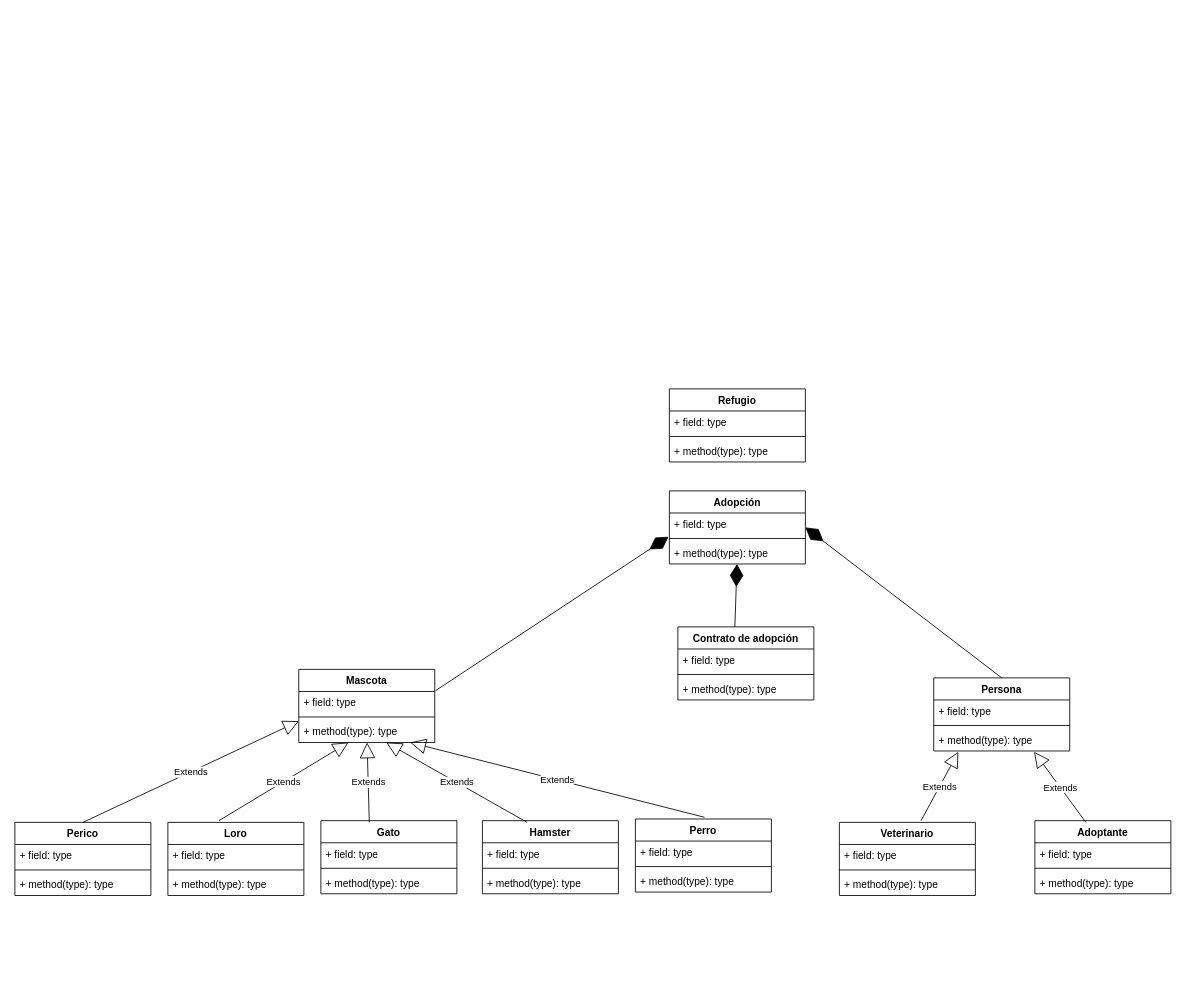
The draw.io diagram Untitled Diagram.drawio in percydev11/curso-poo, before the edit. Source tidied: cells renumbered, new cells numbered last; positions are measured from the earlier drawing's top-left corner, leaving out a move shared by most shapes. Both pictures are drawn from the tidied source at 85%, with x=0, y=0 at pixel (14, 388).
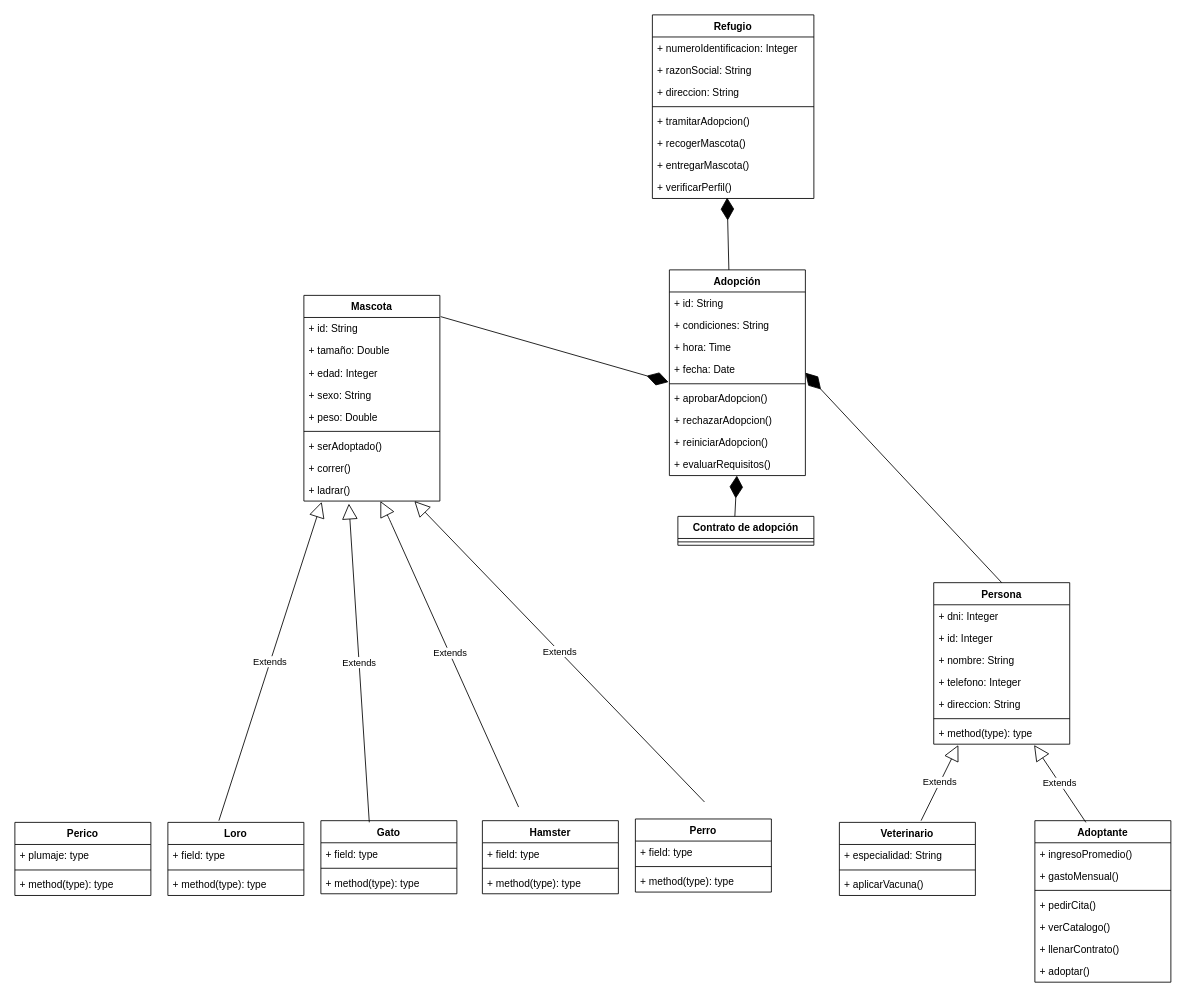
Above is the later version.

The change refers to these unchanged cells:
```xml
<mxCell id="6" value="Perico" style="swimlane;fontStyle=1;align=center;verticalAlign=top;horizontal=1;startSize=26;" parent="1" vertex="1">
  <mxGeometry y="510" width="160" height="86" as="geometry" />
</mxCell>
<mxCell id="14" value="Gato" style="swimlane;fontStyle=1;align=center;verticalAlign=top;horizontal=1;startSize=26;" parent="1" vertex="1">
  <mxGeometry x="360" y="508" width="160" height="86" as="geometry" />
</mxCell>
<mxCell id="35" value="Veterinario" style="swimlane;fontStyle=1;align=center;verticalAlign=top;horizontal=1;startSize=26;" parent="1" vertex="1">
  <mxGeometry x="970" y="510" width="160" height="86" as="geometry" />
</mxCell>
```

What changed in the source:
```diff
@@
     <mxCell id="2" value="Mascota" style="swimlane;fontStyle=1;align=center;verticalAlign=top;horizontal=1;startSize=26;" parent="1" vertex="1">
-      <mxGeometry x="334" y="330" width="160" height="86" as="geometry" />
+      <mxGeometry x="340" y="-110" width="160" height="242" as="geometry" />
     </mxCell>
-    <mxCell id="3" value="+ field: type" style="text;strokeColor=none;fillColor=none;align=left;verticalAlign=top;spacingLeft=4;spacingRight=4;overflow=hidden;points=[[0,0.5],[1,0.5]];portConstraint=eastwest;" parent="2" vertex="1">
+    <mxCell id="3" value="+ id: String" style="text;strokeColor=none;fillColor=none;align=left;verticalAlign=top;spacingLeft=4;spacingRight=4;overflow=hidden;points=[[0,0.5],[1,0.5]];portConstraint=eastwest;" parent="2" vertex="1">
       <mxGeometry y="26" width="160" height="26" as="geometry" />
     </mxCell>
+    <mxCell id="60" value="+ tamaño: Double" style="text;strokeColor=none;fillColor=none;align=left;verticalAlign=top;spacingLeft=4;spacingRight=4;overflow=hidden;" parent="2" vertex="1">
+      <mxGeometry y="52" width="160" height="26" as="geometry" />
+    </mxCell>
+    <mxCell id="61" value="+ edad: Integer" style="text;strokeColor=none;fillColor=none;align=left;verticalAlign=top;spacingLeft=4;spacingRight=4;overflow=hidden;" parent="2" vertex="1">
+      <mxGeometry y="78" width="160" height="26" as="geometry" />
+    </mxCell>
+    <mxCell id="62" value="+ sexo: String" style="text;strokeColor=none;fillColor=none;align=left;verticalAlign=top;spacingLeft=4;spacingRight=4;overflow=hidden;" parent="2" vertex="1">
+      <mxGeometry y="104" width="160" height="26" as="geometry" />
+    </mxCell>
+    <mxCell id="63" value="+ peso: Double" style="text;strokeColor=none;fillColor=none;align=left;verticalAlign=top;spacingLeft=4;spacingRight=4;overflow=hidden;" parent="2" vertex="1">
+      <mxGeometry y="130" width="160" height="26" as="geometry" />
+    </mxCell>
     <mxCell id="4" style="line;strokeWidth=1;fillColor=none;align=left;verticalAlign=middle;spacingTop=-1;spacingLeft=3;spacingRight=3;labelPosition=right;" parent="2" vertex="1">
-      <mxGeometry y="52" width="160" height="8" as="geometry" />
+      <mxGeometry y="156" width="160" height="8" as="geometry" />
     </mxCell>
-    <mxCell id="5" value="+ method(type): type" style="text;strokeColor=none;fillColor=none;align=left;verticalAlign=top;spacingLeft=4;spacingRight=4;overflow=hidden;points=[[0,0.5],[1,0.5]];portConstraint=eastwest;" parent="2" vertex="1">
-      <mxGeometry y="60" width="160" height="26" as="geometry" />
+    <mxCell id="5" value="+ serAdoptado()" style="text;strokeColor=none;fillColor=none;align=left;verticalAlign=top;spacingLeft=4;spacingRight=4;overflow=hidden;points=[[0,0.5],[1,0.5]];portConstraint=eastwest;" parent="2" vertex="1">
+      <mxGeometry y="164" width="160" height="26" as="geometry" />
     </mxCell>
+    <mxCell id="64" value="+ correr()" style="text;strokeColor=none;fillColor=none;align=left;verticalAlign=top;spacingLeft=4;spacingRight=4;overflow=hidden;" parent="2" vertex="1">
+      <mxGeometry y="190" width="160" height="26" as="geometry" />
+    </mxCell>
+    <mxCell id="65" value="+ ladrar()" style="text;strokeColor=none;fillColor=none;align=left;verticalAlign=top;spacingLeft=4;spacingRight=4;overflow=hidden;points=[[0,0.5],[1,0.5]];portConstraint=eastwest;" parent="2" vertex="1">
+      <mxGeometry y="216" width="160" height="26" as="geometry" />
+    </mxCell>
@@
-    <mxCell id="7" value="+ field: type" style="text;strokeColor=none;fillColor=none;align=left;verticalAlign=top;spacingLeft=4;spacingRight=4;overflow=hidden;" parent="6" vertex="1">
+    <mxCell id="7" value="+ plumaje: type" style="text;strokeColor=none;fillColor=none;align=left;verticalAlign=top;spacingLeft=4;spacingRight=4;overflow=hidden;" parent="6" vertex="1">
       <mxGeometry y="26" width="160" height="26" as="geometry" />
     </mxCell>
@@
-    <mxCell id="15" value="Extends" style="endArrow=block;endSize=16;endFill=0;html=1;" parent="14" edge="1" target="5">
+    <mxCell id="15" value="Extends" style="endArrow=block;endSize=16;endFill=0;html=1;entryX=0.131;entryY=1.038;entryDx=0;entryDy=0;entryPerimeter=0;" parent="14" edge="1" target="65">
       <mxGeometry relative="1" as="geometry">
         <mxPoint x="-120" as="sourcePoint" />
       </mxGeometry>
     </mxCell>
@@
-    <mxCell id="27" value="Extends" style="endArrow=block;endSize=16;endFill=0;html=1;exitX=0.5;exitY=0;exitDx=0;exitDy=0;entryX=0;entryY=0.038;entryDx=0;entryDy=0;entryPerimeter=0;" parent="1" edge="1" source="6" target="5">
-      <mxGeometry relative="1" as="geometry" />
-    </mxCell>
-    <mxCell id="28" value="Extends" style="endArrow=block;endSize=16;endFill=0;html=1;exitX=0.356;exitY=0.023;exitDx=0;exitDy=0;exitPerimeter=0;" parent="1" edge="1" source="14" target="5">
+    <mxCell id="28" value="Extends" style="endArrow=block;endSize=16;endFill=0;html=1;exitX=0.356;exitY=0.023;exitDx=0;exitDy=0;exitPerimeter=0;entryX=0.331;entryY=1.115;entryDx=0;entryDy=0;entryPerimeter=0;" parent="1" edge="1" source="14" target="65">
       <mxGeometry relative="1" as="geometry" />
     </mxCell>
-    <mxCell id="29" value="Extends" style="endArrow=block;endSize=16;endFill=0;html=1;exitX=0.356;exitY=0.023;exitDx=0;exitDy=0;exitPerimeter=0;" parent="1" edge="1" target="5">
+    <mxCell id="29" value="Extends" style="endArrow=block;endSize=16;endFill=0;html=1;exitX=0.356;exitY=0.023;exitDx=0;exitDy=0;exitPerimeter=0;" parent="1" edge="1">
       <mxGeometry relative="1" as="geometry">
-        <mxPoint x="602.6" y="510" as="sourcePoint" />
+        <mxPoint x="592.6" y="492" as="sourcePoint" />
+        <mxPoint x="430" y="132" as="targetPoint" />
+        <Array as="points">
+          <mxPoint x="440" y="152" />
+        </Array>
       </mxGeometry>
     </mxCell>
-    <mxCell id="30" value="Extends" style="endArrow=block;endSize=16;endFill=0;html=1;exitX=0.356;exitY=0.023;exitDx=0;exitDy=0;exitPerimeter=0;" parent="1" edge="1" target="5">
+    <mxCell id="30" value="Extends" style="endArrow=block;endSize=16;endFill=0;html=1;exitX=0.356;exitY=0.023;exitDx=0;exitDy=0;exitPerimeter=0;" parent="1" edge="1">
       <mxGeometry relative="1" as="geometry">
-        <mxPoint x="811.3" y="504" as="sourcePoint" />
+        <mxPoint x="811.3" y="486" as="sourcePoint" />
+        <mxPoint x="470" y="132" as="targetPoint" />
       </mxGeometry>
     </mxCell>
     <mxCell id="31" value="Persona" style="swimlane;fontStyle=1;align=center;verticalAlign=top;horizontal=1;startSize=26;" parent="1" vertex="1">
-      <mxGeometry x="1081" y="340" width="160" height="86" as="geometry" />
+      <mxGeometry x="1081" y="228" width="160" height="190" as="geometry" />
     </mxCell>
-    <mxCell id="32" value="+ field: type" style="text;strokeColor=none;fillColor=none;align=left;verticalAlign=top;spacingLeft=4;spacingRight=4;overflow=hidden;" parent="31" vertex="1">
+    <mxCell id="32" value="+ dni: Integer" style="text;strokeColor=none;fillColor=none;align=left;verticalAlign=top;spacingLeft=4;spacingRight=4;overflow=hidden;" parent="31" vertex="1">
       <mxGeometry y="26" width="160" height="26" as="geometry" />
     </mxCell>
+    <mxCell id="66" value="+ id: Integer" style="text;strokeColor=none;fillColor=none;align=left;verticalAlign=top;spacingLeft=4;spacingRight=4;overflow=hidden;" parent="31" vertex="1">
+      <mxGeometry y="52" width="160" height="26" as="geometry" />
+    </mxCell>
+    <mxCell id="67" value="+ nombre: String" style="text;strokeColor=none;fillColor=none;align=left;verticalAlign=top;spacingLeft=4;spacingRight=4;overflow=hidden;" parent="31" vertex="1">
+      <mxGeometry y="78" width="160" height="26" as="geometry" />
+    </mxCell>
+    <mxCell id="68" value="+ telefono: Integer" style="text;strokeColor=none;fillColor=none;align=left;verticalAlign=top;spacingLeft=4;spacingRight=4;overflow=hidden;" parent="31" vertex="1">
+      <mxGeometry y="104" width="160" height="26" as="geometry" />
+    </mxCell>
+    <mxCell id="69" value="+ direccion: String" style="text;strokeColor=none;fillColor=none;align=left;verticalAlign=top;spacingLeft=4;spacingRight=4;overflow=hidden;" parent="31" vertex="1">
+      <mxGeometry y="130" width="160" height="26" as="geometry" />
+    </mxCell>
     <mxCell id="33" style="line;strokeWidth=1;fillColor=none;align=left;verticalAlign=middle;spacingTop=-1;spacingLeft=3;spacingRight=3;labelPosition=right;" parent="31" vertex="1">
-      <mxGeometry y="52" width="160" height="8" as="geometry" />
+      <mxGeometry y="156" width="160" height="8" as="geometry" />
     </mxCell>
     <mxCell id="34" value="+ method(type): type" style="text;strokeColor=none;fillColor=none;align=left;verticalAlign=top;spacingLeft=4;spacingRight=4;overflow=hidden;points=[[0,0.5],[1,0.5]];portConstraint=eastwest;" parent="31" vertex="1">
-      <mxGeometry y="60" width="160" height="26" as="geometry" />
+      <mxGeometry y="164" width="160" height="26" as="geometry" />
     </mxCell>
@@
-    <mxCell id="36" value="+ field: type" style="text;strokeColor=none;fillColor=none;align=left;verticalAlign=top;spacingLeft=4;spacingRight=4;overflow=hidden;" parent="35" vertex="1">
+    <mxCell id="36" value="+ especialidad: String" style="text;strokeColor=none;fillColor=none;align=left;verticalAlign=top;spacingLeft=4;spacingRight=4;overflow=hidden;" parent="35" vertex="1">
       <mxGeometry y="26" width="160" height="26" as="geometry" />
     </mxCell>
@@
-    <mxCell id="38" value="+ method(type): type" style="text;strokeColor=none;fillColor=none;align=left;verticalAlign=top;spacingLeft=4;spacingRight=4;overflow=hidden;" parent="35" vertex="1">
+    <mxCell id="38" value="+ aplicarVacuna()" style="text;strokeColor=none;fillColor=none;align=left;verticalAlign=top;spacingLeft=4;spacingRight=4;overflow=hidden;" parent="35" vertex="1">
       <mxGeometry y="60" width="160" height="26" as="geometry" />
     </mxCell>
     <mxCell id="39" value="Adoptante" style="swimlane;fontStyle=1;align=center;verticalAlign=top;horizontal=1;startSize=26;" parent="1" vertex="1">
-      <mxGeometry x="1200" y="508" width="160" height="86" as="geometry" />
+      <mxGeometry x="1200" y="508" width="160" height="190" as="geometry" />
     </mxCell>
-    <mxCell id="40" value="+ field: type" style="text;strokeColor=none;fillColor=none;align=left;verticalAlign=top;spacingLeft=4;spacingRight=4;overflow=hidden;" parent="39" vertex="1">
+    <mxCell id="40" value="+ ingresoPromedio()" style="text;strokeColor=none;fillColor=none;align=left;verticalAlign=top;spacingLeft=4;spacingRight=4;overflow=hidden;" parent="39" vertex="1">
       <mxGeometry y="26" width="160" height="26" as="geometry" />
     </mxCell>
+    <mxCell id="70" value="+ gastoMensual()" style="text;strokeColor=none;fillColor=none;align=left;verticalAlign=top;spacingLeft=4;spacingRight=4;overflow=hidden;" parent="39" vertex="1">
+      <mxGeometry y="52" width="160" height="26" as="geometry" />
+    </mxCell>
     <mxCell id="41" style="line;strokeWidth=1;fillColor=none;align=left;verticalAlign=middle;spacingTop=-1;spacingLeft=3;spacingRight=3;labelPosition=right;" parent="39" vertex="1">
-      <mxGeometry y="52" width="160" height="8" as="geometry" />
+      <mxGeometry y="78" width="160" height="8" as="geometry" />
     </mxCell>
-    <mxCell id="42" value="+ method(type): type" style="text;strokeColor=none;fillColor=none;align=left;verticalAlign=top;spacingLeft=4;spacingRight=4;overflow=hidden;" parent="39" vertex="1">
-      <mxGeometry y="60" width="160" height="26" as="geometry" />
+    <mxCell id="42" value="+ pedirCita()" style="text;strokeColor=none;fillColor=none;align=left;verticalAlign=top;spacingLeft=4;spacingRight=4;overflow=hidden;" parent="39" vertex="1">
+      <mxGeometry y="86" width="160" height="26" as="geometry" />
     </mxCell>
+    <mxCell id="71" value="+ verCatalogo()" style="text;strokeColor=none;fillColor=none;align=left;verticalAlign=top;spacingLeft=4;spacingRight=4;overflow=hidden;" parent="39" vertex="1">
+      <mxGeometry y="112" width="160" height="26" as="geometry" />
+    </mxCell>
+    <mxCell id="72" value="+ llenarContrato()" style="text;strokeColor=none;fillColor=none;align=left;verticalAlign=top;spacingLeft=4;spacingRight=4;overflow=hidden;" parent="39" vertex="1">
+      <mxGeometry y="138" width="160" height="26" as="geometry" />
+    </mxCell>
+    <mxCell id="73" value="+ adoptar()" style="text;strokeColor=none;fillColor=none;align=left;verticalAlign=top;spacingLeft=4;spacingRight=4;overflow=hidden;" parent="39" vertex="1">
+      <mxGeometry y="164" width="160" height="26" as="geometry" />
+    </mxCell>
@@
     <mxCell id="45" value="Adopción" style="swimlane;fontStyle=1;align=center;verticalAlign=top;horizontal=1;startSize=26;" parent="1" vertex="1">
-      <mxGeometry x="770" y="120" width="160" height="86" as="geometry" />
+      <mxGeometry x="770" y="-140" width="160" height="242" as="geometry" />
     </mxCell>
-    <mxCell id="46" value="+ field: type" style="text;strokeColor=none;fillColor=none;align=left;verticalAlign=top;spacingLeft=4;spacingRight=4;overflow=hidden;" parent="45" vertex="1">
-      <mxGeometry y="26" width="160" height="26" as="geometry" />
-    </mxCell>
+    <mxCell id="74" style="endArrow=diamondThin;endFill=1;endSize=24;html=1;entryX=0.463;entryY=0.962;entryDx=0;entryDy=0;entryPerimeter=0;" parent="45" edge="1" target="85">
+      <mxGeometry relative="1" as="geometry">
+        <mxPoint x="70" as="sourcePoint" />
+      </mxGeometry>
+    </mxCell>
+    <mxCell id="50" value="+ id: String" style="text;strokeColor=none;fillColor=none;align=left;verticalAlign=top;spacingLeft=4;spacingRight=4;overflow=hidden;" parent="45" vertex="1">
+      <mxGeometry y="26" width="160" height="26" as="geometry" />
+    </mxCell>
+    <mxCell id="75" value="+ condiciones: String" style="text;strokeColor=none;fillColor=none;align=left;verticalAlign=top;spacingLeft=4;spacingRight=4;overflow=hidden;" parent="45" vertex="1">
+      <mxGeometry y="52" width="160" height="26" as="geometry" />
+    </mxCell>
+    <mxCell id="76" value="+ hora: Time" style="text;strokeColor=none;fillColor=none;align=left;verticalAlign=top;spacingLeft=4;spacingRight=4;overflow=hidden;" parent="45" vertex="1">
+      <mxGeometry y="78" width="160" height="26" as="geometry" />
+    </mxCell>
+    <mxCell id="77" value="+ fecha: Date" style="text;strokeColor=none;fillColor=none;align=left;verticalAlign=top;spacingLeft=4;spacingRight=4;overflow=hidden;" parent="45" vertex="1">
+      <mxGeometry y="104" width="160" height="26" as="geometry" />
+    </mxCell>
     <mxCell id="47" style="line;strokeWidth=1;fillColor=none;align=left;verticalAlign=middle;spacingTop=-1;spacingLeft=3;spacingRight=3;labelPosition=right;points=[];portConstraint=eastwest;" parent="45" vertex="1">
-      <mxGeometry y="52" width="160" height="8" as="geometry" />
+      <mxGeometry y="130" width="160" height="8" as="geometry" />
     </mxCell>
-    <mxCell id="48" value="+ method(type): type" style="text;strokeColor=none;fillColor=none;align=left;verticalAlign=top;spacingLeft=4;spacingRight=4;overflow=hidden;points=[[0,0.5],[1,0.5]];portConstraint=eastwest;" parent="45" vertex="1">
-      <mxGeometry y="60" width="160" height="26" as="geometry" />
+    <mxCell id="48" value="+ aprobarAdopcion()" style="text;strokeColor=none;fillColor=none;align=left;verticalAlign=top;spacingLeft=4;spacingRight=4;overflow=hidden;points=[[0,0.5],[1,0.5]];portConstraint=eastwest;" parent="45" vertex="1">
+      <mxGeometry y="138" width="160" height="26" as="geometry" />
     </mxCell>
+    <mxCell id="78" value="+ rechazarAdopcion()" style="text;strokeColor=none;fillColor=none;align=left;verticalAlign=top;spacingLeft=4;spacingRight=4;overflow=hidden;" parent="45" vertex="1">
+      <mxGeometry y="164" width="160" height="26" as="geometry" />
+    </mxCell>
+    <mxCell id="79" value="+ reiniciarAdopcion()" style="text;strokeColor=none;fillColor=none;align=left;verticalAlign=top;spacingLeft=4;spacingRight=4;overflow=hidden;" parent="45" vertex="1">
+      <mxGeometry y="190" width="160" height="26" as="geometry" />
+    </mxCell>
+    <mxCell id="80" value="+ evaluarRequisitos()" style="text;strokeColor=none;fillColor=none;align=left;verticalAlign=top;spacingLeft=4;spacingRight=4;overflow=hidden;points=[[0,0.5],[1,0.5]];portConstraint=eastwest;" parent="45" vertex="1">
+      <mxGeometry y="216" width="160" height="26" as="geometry" />
+    </mxCell>
     <mxCell id="49" value="Contrato de adopción" style="swimlane;fontStyle=1;align=center;verticalAlign=top;horizontal=1;startSize=26;" parent="1" vertex="1">
-      <mxGeometry x="780" y="280" width="160" height="86" as="geometry" />
+      <mxGeometry x="780" y="150" width="160" height="34" as="geometry" />
     </mxCell>
-    <mxCell id="50" value="+ field: type" style="text;strokeColor=none;fillColor=none;align=left;verticalAlign=top;spacingLeft=4;spacingRight=4;overflow=hidden;" parent="49" vertex="1">
-      <mxGeometry y="26" width="160" height="26" as="geometry" />
-    </mxCell>
     <mxCell id="51" style="line;strokeWidth=1;fillColor=none;align=left;verticalAlign=middle;spacingTop=-1;spacingLeft=3;spacingRight=3;labelPosition=right;" parent="49" vertex="1">
-      <mxGeometry y="52" width="160" height="8" as="geometry" />
+      <mxGeometry y="26" width="160" height="8" as="geometry" />
     </mxCell>
-    <mxCell id="52" value="+ method(type): type" style="text;strokeColor=none;fillColor=none;align=left;verticalAlign=top;spacingLeft=4;spacingRight=4;overflow=hidden;" parent="49" vertex="1">
-      <mxGeometry y="60" width="160" height="26" as="geometry" />
-    </mxCell>
     <mxCell id="53" value="Refugio" style="swimlane;fontStyle=1;align=center;verticalAlign=top;horizontal=1;startSize=26;" parent="1" vertex="1">
-      <mxGeometry x="770" width="160" height="86" as="geometry" />
+      <mxGeometry x="750" y="-440" width="190" height="216" as="geometry" />
     </mxCell>
+    <mxCell id="81" value="+ numeroIdentificacion: Integer" style="text;strokeColor=none;fillColor=none;align=left;verticalAlign=top;spacingLeft=4;spacingRight=4;overflow=hidden;" parent="53" vertex="1">
+      <mxGeometry y="26" width="190" height="26" as="geometry" />
+    </mxCell>
-    <mxCell id="54" value="+ field: type" style="text;strokeColor=none;fillColor=none;align=left;verticalAlign=top;spacingLeft=4;spacingRight=4;overflow=hidden;" parent="53" vertex="1">
-      <mxGeometry y="26" width="160" height="26" as="geometry" />
+    <mxCell id="54" value="+ razonSocial: String" style="text;strokeColor=none;fillColor=none;align=left;verticalAlign=top;spacingLeft=4;spacingRight=4;overflow=hidden;" parent="53" vertex="1">
+      <mxGeometry y="52" width="190" height="26" as="geometry" />
     </mxCell>
+    <mxCell id="82" value="+ direccion: String" style="text;strokeColor=none;fillColor=none;align=left;verticalAlign=top;spacingLeft=4;spacingRight=4;overflow=hidden;" parent="53" vertex="1">
+      <mxGeometry y="78" width="190" height="26" as="geometry" />
+    </mxCell>
     <mxCell id="55" style="line;strokeWidth=1;fillColor=none;align=left;verticalAlign=middle;spacingTop=-1;spacingLeft=3;spacingRight=3;labelPosition=right;" parent="53" vertex="1">
-      <mxGeometry y="52" width="160" height="8" as="geometry" />
+      <mxGeometry y="104" width="190" height="8" as="geometry" />
     </mxCell>
-    <mxCell id="56" value="+ method(type): type" style="text;strokeColor=none;fillColor=none;align=left;verticalAlign=top;spacingLeft=4;spacingRight=4;overflow=hidden;" parent="53" vertex="1">
-      <mxGeometry y="60" width="160" height="26" as="geometry" />
+    <mxCell id="56" value="+ tramitarAdopcion()" style="text;strokeColor=none;fillColor=none;align=left;verticalAlign=top;spacingLeft=4;spacingRight=4;overflow=hidden;" parent="53" vertex="1">
+      <mxGeometry y="112" width="190" height="26" as="geometry" />
     </mxCell>
+    <mxCell id="83" value="+ recogerMascota()" style="text;strokeColor=none;fillColor=none;align=left;verticalAlign=top;spacingLeft=4;spacingRight=4;overflow=hidden;" parent="53" vertex="1">
+      <mxGeometry y="138" width="190" height="26" as="geometry" />
+    </mxCell>
+    <mxCell id="84" value="+ entregarMascota()" style="text;strokeColor=none;fillColor=none;align=left;verticalAlign=top;spacingLeft=4;spacingRight=4;overflow=hidden;" parent="53" vertex="1">
+      <mxGeometry y="164" width="190" height="26" as="geometry" />
+    </mxCell>
+    <mxCell id="85" value="+ verificarPerfil()" style="text;strokeColor=none;fillColor=none;align=left;verticalAlign=top;spacingLeft=4;spacingRight=4;overflow=hidden;points=[[0,0.5],[1,0.5]];portConstraint=eastwest;" parent="53" vertex="1">
+      <mxGeometry y="190" width="190" height="26" as="geometry" />
+    </mxCell>
@@
-    <mxCell id="58" style="endArrow=diamondThin;endFill=1;endSize=24;html=1;exitX=0.419;exitY=0;exitDx=0;exitDy=0;exitPerimeter=0;" parent="1" edge="1" source="49" target="48">
+    <mxCell id="58" style="endArrow=diamondThin;endFill=1;endSize=24;html=1;exitX=0.419;exitY=0;exitDx=0;exitDy=0;exitPerimeter=0;" parent="1" edge="1" source="49" target="80">
       <mxGeometry relative="1" as="geometry" />
     </mxCell>
```
